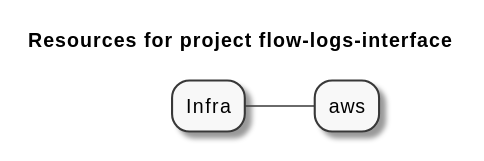
Before: examples/aws/EC2/flow-logs/flow-logs-interface/artifacts/resources-mindmap.svg, a diagram exported from PlantUML (grucloud/grucloud).
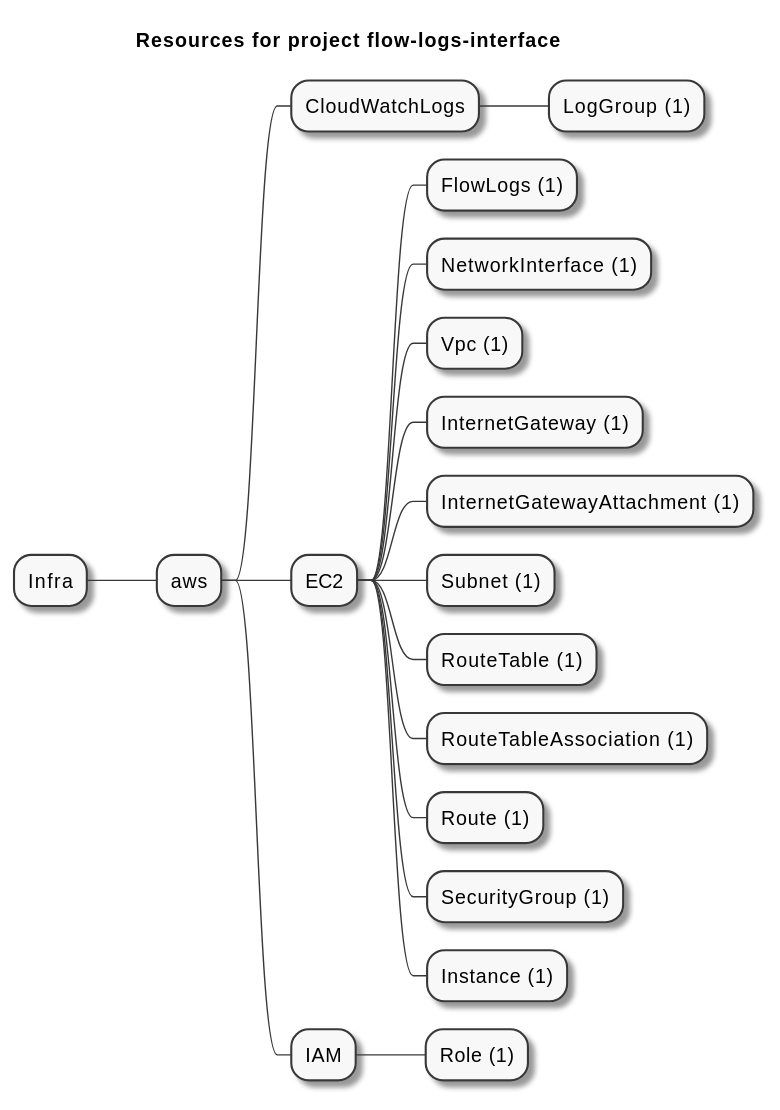
The same diagram one commit later.

Diff of the diagram source:
```diff
@@ -3,5 +3,20 @@
 skinparam monochrome true
 + Infra
 ++ aws
-
++++ CloudWatchLogs
+++++ LogGroup (1)
++++ EC2
+++++ FlowLogs (1)
+++++ NetworkInterface (1)
+++++ Vpc (1)
+++++ InternetGateway (1)
+++++ InternetGatewayAttachment (1)
+++++ Subnet (1)
+++++ RouteTable (1)
+++++ RouteTableAssociation (1)
+++++ Route (1)
+++++ SecurityGroup (1)
+++++ Instance (1)
++++ IAM
+++++ Role (1)
 @endmindmap
```
